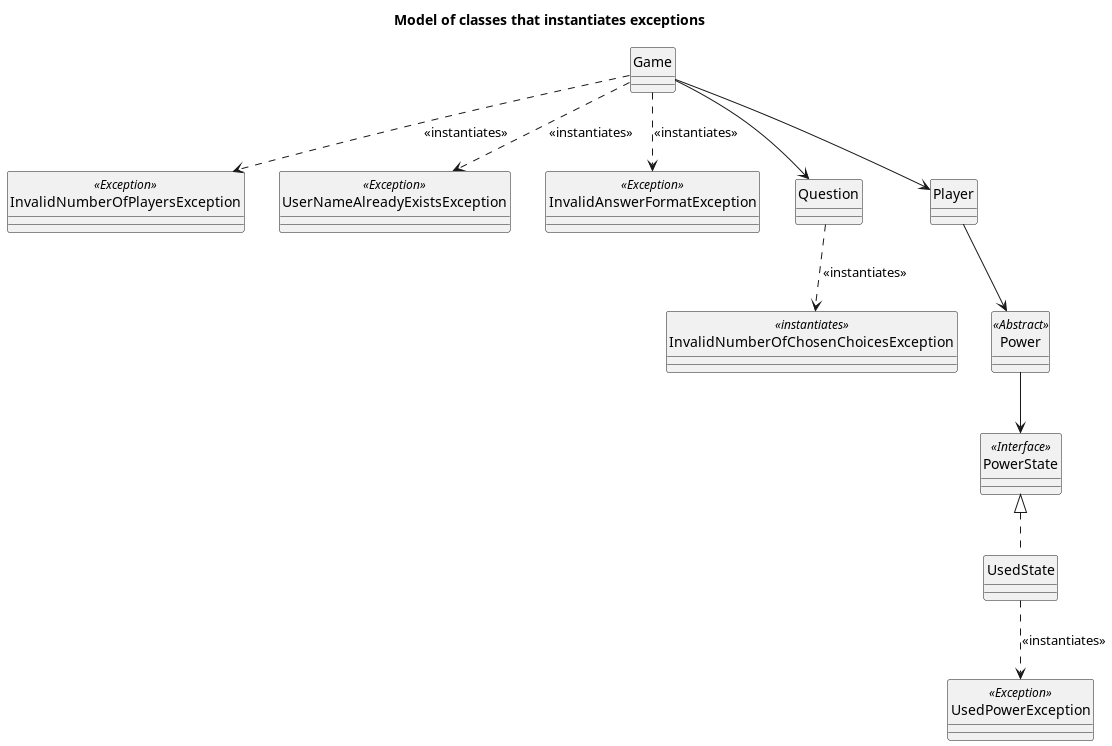
This is UML files/ClassDiagramExceptionsInstantiationModel.png from agpelliciari/TP2-Algo-III, a PlantUML export, as it was before one commit. Its diagram source:
```plantuml
@startuml

title: Model of classes that instantiates exceptions

skinparam monochrome true
hide circle
skinparam classAttributeIconSize 0

class Game{}
class InvalidNumberOfPlayersException{}
class UserNameAlreadyExistsException{}
class InvalidAnswerFormatException{}
class InvalidNumberOfChosenChoicesException{}
class Power{}
class PowerState{}
class UsedPowerException{}

InvalidNumberOfPlayersException <<Exception>>
UserNameAlreadyExistsException <<Exception>>
InvalidAnswerFormatException <<Exception>>
InvalidNumberOfChosenChoicesException <<Exception>>

Game ..> InvalidNumberOfPlayersException: <<instantiates>>
Game ..> UserNameAlreadyExistsException: <<instantiates>>
Game ..> InvalidAnswerFormatException: <<instantiates>>

Game --> Question

Game --> Player
Player --> Power
Power --> PowerState
PowerState <|.. UsedState

UsedState ..> UsedPowerException: <<instantiates>>
UsedPowerException <<Exception>>
PowerState <<Interface>>
Power <<Abstract>>

Question ..> InvalidNumberOfChosenChoicesException: <<instantiates>>
InvalidNumberOfChosenChoicesException <<instantiates>>


@enduml
```
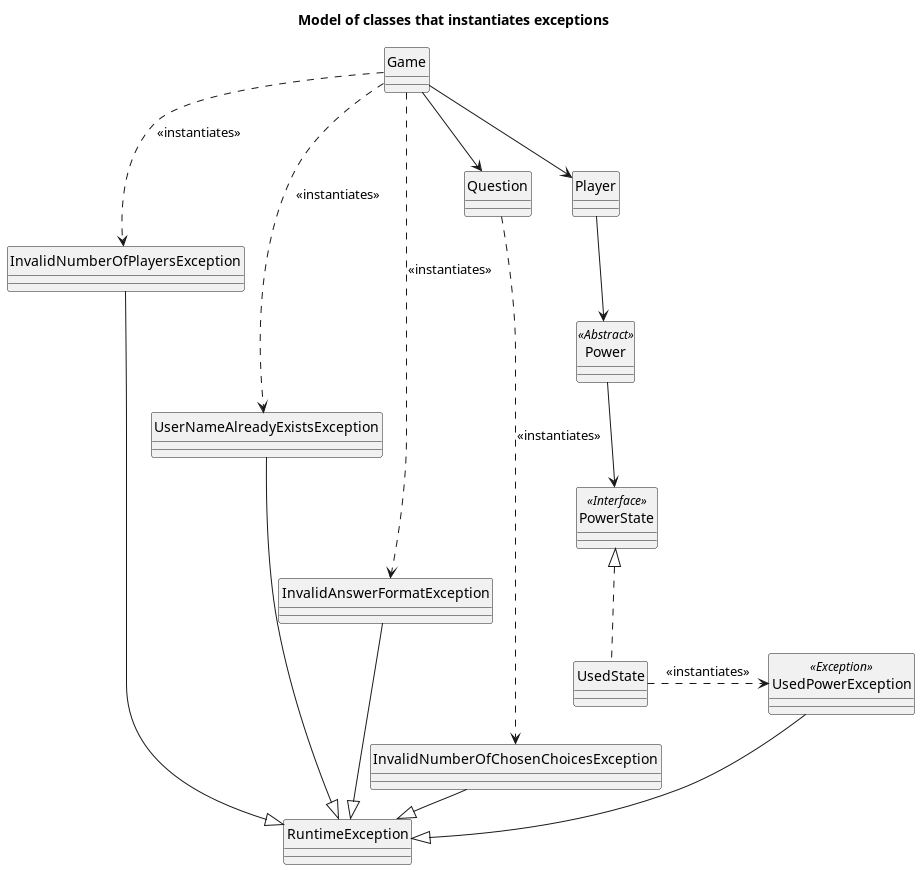
After the change.

Commit message:
#62 modified Exceptions class diagram

What changed in the source:
```diff
@@ -15,11 +15,6 @@
 class PowerState{}
 class UsedPowerException{}
 
-InvalidNumberOfPlayersException <<Exception>>
-UserNameAlreadyExistsException <<Exception>>
-InvalidAnswerFormatException <<Exception>>
-InvalidNumberOfChosenChoicesException <<Exception>>
-
 Game ..> InvalidNumberOfPlayersException: <<instantiates>>
 Game ..> UserNameAlreadyExistsException: <<instantiates>>
 Game ..> InvalidAnswerFormatException: <<instantiates>>
@@ -31,13 +26,18 @@
 Power --> PowerState
 PowerState <|.. UsedState
 
-UsedState ..> UsedPowerException: <<instantiates>>
+UsedState .> UsedPowerException: <<instantiates>>
 UsedPowerException <<Exception>>
 PowerState <<Interface>>
 Power <<Abstract>>
 
 Question ..> InvalidNumberOfChosenChoicesException: <<instantiates>>
-InvalidNumberOfChosenChoicesException <<instantiates>>
+
+InvalidNumberOfPlayersException --|> RuntimeException
+UserNameAlreadyExistsException --|> RuntimeException
+InvalidAnswerFormatException --|> RuntimeException
+InvalidNumberOfChosenChoicesException -|> RuntimeException
+UsedPowerException --|> RuntimeException
 
 
 @enduml
```
